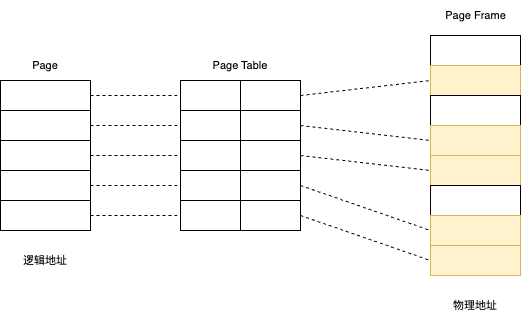
Earlier version of the draw.io export images/java/页与页帧.drawio.png (Shaun2016/Shaun2016.github.io). Source tidied: cells renumbered, new cells last; positions are measured from the earlier drawing's top-left corner, leaving out a move shared by most shapes. The source it was exported from:
```xml
<mxGraphModel>
  <root>
    <mxCell id="0" />
    <mxCell id="1" parent="0" />
    <mxCell id="2" style="rounded=0;jettySize=auto;html=1;exitX=1;exitY=0.5;exitDx=0;exitDy=0;dashed=1;endArrow=none;endFill=0;" parent="1" edge="1" source="3" target="20">
      <mxGeometry relative="1" as="geometry" />
    </mxCell>
    <mxCell id="3" style="rounded=0;whiteSpace=wrap;html=1;" parent="1" vertex="1">
      <mxGeometry y="80" width="90" height="30" as="geometry" />
    </mxCell>
    <mxCell id="4" style="edgeStyle=none;shape=connector;rounded=0;jettySize=auto;html=1;exitX=1;exitY=0.5;exitDx=0;exitDy=0;entryX=0;entryY=0.5;entryDx=0;entryDy=0;dashed=1;labelBackgroundColor=default;strokeColor=default;fontFamily=Helvetica;fontSize=11;fontColor=default;endArrow=none;endFill=0;" parent="1" edge="1" source="5" target="23">
      <mxGeometry relative="1" as="geometry" />
    </mxCell>
    <mxCell id="5" style="rounded=0;whiteSpace=wrap;html=1;" parent="1" vertex="1">
      <mxGeometry y="110" width="90" height="30" as="geometry" />
    </mxCell>
    <mxCell id="6" style="edgeStyle=none;shape=connector;rounded=0;jettySize=auto;html=1;exitX=1;exitY=0.5;exitDx=0;exitDy=0;entryX=0;entryY=0.5;entryDx=0;entryDy=0;dashed=1;labelBackgroundColor=default;strokeColor=default;fontFamily=Helvetica;fontSize=11;fontColor=default;endArrow=none;endFill=0;" parent="1" edge="1" source="7" target="26">
      <mxGeometry relative="1" as="geometry" />
    </mxCell>
    <mxCell id="7" style="rounded=0;whiteSpace=wrap;html=1;" parent="1" vertex="1">
      <mxGeometry y="140" width="90" height="30" as="geometry" />
    </mxCell>
    <mxCell id="8" style="edgeStyle=none;shape=connector;rounded=0;jettySize=auto;html=1;exitX=1;exitY=0.5;exitDx=0;exitDy=0;entryX=0;entryY=0.5;entryDx=0;entryDy=0;dashed=1;labelBackgroundColor=default;strokeColor=default;fontFamily=Helvetica;fontSize=11;fontColor=default;endArrow=none;endFill=0;" parent="1" edge="1" source="9" target="29">
      <mxGeometry relative="1" as="geometry" />
    </mxCell>
    <mxCell id="9" style="rounded=0;whiteSpace=wrap;html=1;" parent="1" vertex="1">
      <mxGeometry y="170" width="90" height="30" as="geometry" />
    </mxCell>
    <mxCell id="10" style="edgeStyle=none;shape=connector;rounded=0;jettySize=auto;html=1;exitX=1;exitY=0.5;exitDx=0;exitDy=0;entryX=0;entryY=0.5;entryDx=0;entryDy=0;dashed=1;labelBackgroundColor=default;strokeColor=default;fontFamily=Helvetica;fontSize=11;fontColor=default;endArrow=none;endFill=0;" parent="1" edge="1" source="11" target="32">
      <mxGeometry relative="1" as="geometry" />
    </mxCell>
    <mxCell id="11" style="rounded=0;whiteSpace=wrap;html=1;" parent="1" vertex="1">
      <mxGeometry y="200" width="90" height="30" as="geometry" />
    </mxCell>
    <mxCell id="12" style="rounded=0;whiteSpace=wrap;html=1;" parent="1" vertex="1">
      <mxGeometry x="430" y="35" width="90" height="30" as="geometry" />
    </mxCell>
    <mxCell id="13" style="rounded=0;whiteSpace=wrap;html=1;fillColor=#fff2cc;strokeColor=#d6b656;" parent="1" vertex="1">
      <mxGeometry x="430" y="65" width="90" height="30" as="geometry" />
    </mxCell>
    <mxCell id="14" style="rounded=0;whiteSpace=wrap;html=1;" parent="1" vertex="1">
      <mxGeometry x="430" y="95" width="90" height="30" as="geometry" />
    </mxCell>
    <mxCell id="15" style="rounded=0;whiteSpace=wrap;html=1;fillColor=#fff2cc;strokeColor=#d6b656;" parent="1" vertex="1">
      <mxGeometry x="430" y="125" width="90" height="30" as="geometry" />
    </mxCell>
    <mxCell id="16" style="rounded=0;whiteSpace=wrap;html=1;fillColor=#fff2cc;strokeColor=#d6b656;" parent="1" vertex="1">
      <mxGeometry x="430" y="155" width="90" height="30" as="geometry" />
    </mxCell>
    <mxCell id="17" style="rounded=0;whiteSpace=wrap;html=1;" parent="1" vertex="1">
      <mxGeometry x="430" y="185" width="90" height="30" as="geometry" />
    </mxCell>
    <mxCell id="18" style="rounded=0;whiteSpace=wrap;html=1;fillColor=#fff2cc;strokeColor=#d6b656;" parent="1" vertex="1">
      <mxGeometry x="430" y="215" width="90" height="30" as="geometry" />
    </mxCell>
    <mxCell id="19" style="rounded=0;whiteSpace=wrap;html=1;fillColor=#fff2cc;strokeColor=#d6b656;" parent="1" vertex="1">
      <mxGeometry x="430" y="245" width="90" height="30" as="geometry" />
    </mxCell>
    <mxCell id="20" style="rounded=0;whiteSpace=wrap;html=1;" parent="1" vertex="1">
      <mxGeometry x="180" y="80" width="60" height="30" as="geometry" />
    </mxCell>
    <mxCell id="21" style="edgeStyle=none;shape=connector;rounded=0;jettySize=auto;html=1;exitX=1;exitY=0.5;exitDx=0;exitDy=0;entryX=0;entryY=0.5;entryDx=0;entryDy=0;dashed=1;labelBackgroundColor=default;strokeColor=default;fontFamily=Helvetica;fontSize=11;fontColor=default;endArrow=none;endFill=0;" parent="1" edge="1" source="22" target="13">
      <mxGeometry relative="1" as="geometry" />
    </mxCell>
    <mxCell id="22" style="rounded=0;whiteSpace=wrap;html=1;" parent="1" vertex="1">
      <mxGeometry x="240" y="80" width="60" height="30" as="geometry" />
    </mxCell>
    <mxCell id="23" style="rounded=0;whiteSpace=wrap;html=1;" parent="1" vertex="1">
      <mxGeometry x="180" y="110" width="60" height="30" as="geometry" />
    </mxCell>
    <mxCell id="24" style="edgeStyle=none;shape=connector;rounded=0;jettySize=auto;html=1;exitX=1;exitY=0.5;exitDx=0;exitDy=0;entryX=0;entryY=0.5;entryDx=0;entryDy=0;dashed=1;labelBackgroundColor=default;strokeColor=default;fontFamily=Helvetica;fontSize=11;fontColor=default;endArrow=none;endFill=0;" parent="1" edge="1" source="25" target="15">
      <mxGeometry relative="1" as="geometry" />
    </mxCell>
    <mxCell id="25" style="rounded=0;whiteSpace=wrap;html=1;" parent="1" vertex="1">
      <mxGeometry x="240" y="110" width="60" height="30" as="geometry" />
    </mxCell>
    <mxCell id="26" style="rounded=0;whiteSpace=wrap;html=1;" parent="1" vertex="1">
      <mxGeometry x="180" y="140" width="60" height="30" as="geometry" />
    </mxCell>
    <mxCell id="27" style="edgeStyle=none;shape=connector;rounded=0;jettySize=auto;html=1;exitX=1;exitY=0.5;exitDx=0;exitDy=0;entryX=0;entryY=0.5;entryDx=0;entryDy=0;dashed=1;labelBackgroundColor=default;strokeColor=default;fontFamily=Helvetica;fontSize=11;fontColor=default;endArrow=none;endFill=0;" parent="1" edge="1" source="28" target="16">
      <mxGeometry relative="1" as="geometry" />
    </mxCell>
    <mxCell id="28" style="rounded=0;whiteSpace=wrap;html=1;" parent="1" vertex="1">
      <mxGeometry x="240" y="140" width="60" height="30" as="geometry" />
    </mxCell>
    <mxCell id="29" style="rounded=0;whiteSpace=wrap;html=1;" parent="1" vertex="1">
      <mxGeometry x="180" y="170" width="60" height="30" as="geometry" />
    </mxCell>
    <mxCell id="30" style="edgeStyle=none;shape=connector;rounded=0;jettySize=auto;html=1;exitX=1;exitY=0.5;exitDx=0;exitDy=0;entryX=0;entryY=0.5;entryDx=0;entryDy=0;dashed=1;labelBackgroundColor=default;strokeColor=default;fontFamily=Helvetica;fontSize=11;fontColor=default;endArrow=none;endFill=0;" parent="1" edge="1" source="31" target="18">
      <mxGeometry relative="1" as="geometry" />
    </mxCell>
    <mxCell id="31" style="rounded=0;whiteSpace=wrap;html=1;" parent="1" vertex="1">
      <mxGeometry x="240" y="170" width="60" height="30" as="geometry" />
    </mxCell>
    <mxCell id="32" style="rounded=0;whiteSpace=wrap;html=1;" parent="1" vertex="1">
      <mxGeometry x="180" y="200" width="60" height="30" as="geometry" />
    </mxCell>
    <mxCell id="33" style="edgeStyle=none;shape=connector;rounded=0;jettySize=auto;html=1;exitX=1;exitY=0.5;exitDx=0;exitDy=0;entryX=0;entryY=0.5;entryDx=0;entryDy=0;dashed=1;labelBackgroundColor=default;strokeColor=default;fontFamily=Helvetica;fontSize=11;fontColor=default;endArrow=none;endFill=0;" parent="1" edge="1" source="34" target="19">
      <mxGeometry relative="1" as="geometry" />
    </mxCell>
    <mxCell id="34" style="rounded=0;whiteSpace=wrap;html=1;" parent="1" vertex="1">
      <mxGeometry x="240" y="200" width="60" height="30" as="geometry" />
    </mxCell>
    <mxCell id="35" value="Page" style="text;html=1;strokeColor=none;fillColor=none;align=center;verticalAlign=middle;whiteSpace=wrap;rounded=0;fontSize=11;fontFamily=Helvetica;fontColor=default;" parent="1" vertex="1">
      <mxGeometry x="15" y="50" width="60" height="30" as="geometry" />
    </mxCell>
    <mxCell id="36" value="Page Table" style="text;html=1;strokeColor=none;fillColor=none;align=center;verticalAlign=middle;whiteSpace=wrap;rounded=0;fontSize=11;fontFamily=Helvetica;fontColor=default;" parent="1" vertex="1">
      <mxGeometry x="210" y="50" width="60" height="30" as="geometry" />
    </mxCell>
    <mxCell id="37" value="Page Frame" style="text;html=1;strokeColor=none;fillColor=none;align=center;verticalAlign=middle;whiteSpace=wrap;rounded=0;fontSize=11;fontFamily=Helvetica;fontColor=default;" parent="1" vertex="1">
      <mxGeometry x="427.5" width="95" height="30" as="geometry" />
    </mxCell>
    <mxCell id="38" value="逻辑地址" style="text;html=1;strokeColor=none;fillColor=none;align=center;verticalAlign=middle;whiteSpace=wrap;rounded=0;fontSize=11;fontFamily=Helvetica;fontColor=default;" parent="1" vertex="1">
      <mxGeometry x="15" y="245" width="60" height="30" as="geometry" />
    </mxCell>
    <mxCell id="39" value="物理地址" style="text;html=1;strokeColor=none;fillColor=none;align=center;verticalAlign=middle;whiteSpace=wrap;rounded=0;fontSize=11;fontFamily=Helvetica;fontColor=default;" parent="1" vertex="1">
      <mxGeometry x="445" y="290" width="60" height="30" as="geometry" />
    </mxCell>
  </root>
</mxGraphModel>
```
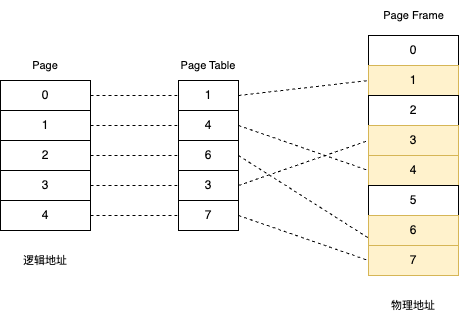
Later version of the same file.

The edit, as a diff of the source:
```diff
@@ -2,116 +2,111 @@
   <root>
     <mxCell id="0" />
     <mxCell id="1" parent="0" />
-    <mxCell id="2" style="rounded=0;jettySize=auto;html=1;exitX=1;exitY=0.5;exitDx=0;exitDy=0;dashed=1;endArrow=none;endFill=0;" parent="1" edge="1" source="3" target="20">
-      <mxGeometry relative="1" as="geometry" />
+    <mxCell id="2" style="rounded=0;jettySize=auto;html=1;exitX=1;exitY=0.5;exitDx=0;exitDy=0;dashed=1;endArrow=none;endFill=0;" parent="1" edge="1" source="3">
+      <mxGeometry relative="1" as="geometry">
+        <mxPoint x="242" y="95" as="targetPoint" />
+      </mxGeometry>
     </mxCell>
-    <mxCell id="3" style="rounded=0;whiteSpace=wrap;html=1;" parent="1" vertex="1">
-      <mxGeometry y="80" width="90" height="30" as="geometry" />
+    <mxCell id="3" value="0" style="rounded=0;whiteSpace=wrap;html=1;" parent="1" vertex="1">
+      <mxGeometry x="62" y="80" width="90" height="30" as="geometry" />
     </mxCell>
-    <mxCell id="4" style="edgeStyle=none;shape=connector;rounded=0;jettySize=auto;html=1;exitX=1;exitY=0.5;exitDx=0;exitDy=0;entryX=0;entryY=0.5;entryDx=0;entryDy=0;dashed=1;labelBackgroundColor=default;strokeColor=default;fontFamily=Helvetica;fontSize=11;fontColor=default;endArrow=none;endFill=0;" parent="1" edge="1" source="5" target="23">
-      <mxGeometry relative="1" as="geometry" />
+    <mxCell id="4" style="edgeStyle=none;shape=connector;rounded=0;jettySize=auto;html=1;exitX=1;exitY=0.5;exitDx=0;exitDy=0;entryX=0;entryY=0.5;entryDx=0;entryDy=0;dashed=1;labelBackgroundColor=default;strokeColor=default;fontFamily=Helvetica;fontSize=11;fontColor=default;endArrow=none;endFill=0;" parent="1" edge="1" source="5">
+      <mxGeometry relative="1" as="geometry">
+        <mxPoint x="242" y="125" as="targetPoint" />
+      </mxGeometry>
     </mxCell>
-    <mxCell id="5" style="rounded=0;whiteSpace=wrap;html=1;" parent="1" vertex="1">
-      <mxGeometry y="110" width="90" height="30" as="geometry" />
+    <mxCell id="5" value="1" style="rounded=0;whiteSpace=wrap;html=1;" parent="1" vertex="1">
+      <mxGeometry x="62" y="110" width="90" height="30" as="geometry" />
     </mxCell>
-    <mxCell id="6" style="edgeStyle=none;shape=connector;rounded=0;jettySize=auto;html=1;exitX=1;exitY=0.5;exitDx=0;exitDy=0;entryX=0;entryY=0.5;entryDx=0;entryDy=0;dashed=1;labelBackgroundColor=default;strokeColor=default;fontFamily=Helvetica;fontSize=11;fontColor=default;endArrow=none;endFill=0;" parent="1" edge="1" source="7" target="26">
-      <mxGeometry relative="1" as="geometry" />
+    <mxCell id="6" style="edgeStyle=none;shape=connector;rounded=0;jettySize=auto;html=1;exitX=1;exitY=0.5;exitDx=0;exitDy=0;entryX=0;entryY=0.5;entryDx=0;entryDy=0;dashed=1;labelBackgroundColor=default;strokeColor=default;fontFamily=Helvetica;fontSize=11;fontColor=default;endArrow=none;endFill=0;" parent="1" edge="1" source="7">
+      <mxGeometry relative="1" as="geometry">
+        <mxPoint x="242" y="155" as="targetPoint" />
+      </mxGeometry>
     </mxCell>
-    <mxCell id="7" style="rounded=0;whiteSpace=wrap;html=1;" parent="1" vertex="1">
-      <mxGeometry y="140" width="90" height="30" as="geometry" />
+    <mxCell id="7" value="2" style="rounded=0;whiteSpace=wrap;html=1;" parent="1" vertex="1">
+      <mxGeometry x="62" y="140" width="90" height="30" as="geometry" />
     </mxCell>
-    <mxCell id="8" style="edgeStyle=none;shape=connector;rounded=0;jettySize=auto;html=1;exitX=1;exitY=0.5;exitDx=0;exitDy=0;entryX=0;entryY=0.5;entryDx=0;entryDy=0;dashed=1;labelBackgroundColor=default;strokeColor=default;fontFamily=Helvetica;fontSize=11;fontColor=default;endArrow=none;endFill=0;" parent="1" edge="1" source="9" target="29">
-      <mxGeometry relative="1" as="geometry" />
+    <mxCell id="8" style="edgeStyle=none;shape=connector;rounded=0;jettySize=auto;html=1;exitX=1;exitY=0.5;exitDx=0;exitDy=0;entryX=0;entryY=0.5;entryDx=0;entryDy=0;dashed=1;labelBackgroundColor=default;strokeColor=default;fontFamily=Helvetica;fontSize=11;fontColor=default;endArrow=none;endFill=0;" parent="1" edge="1" source="9">
+      <mxGeometry relative="1" as="geometry">
+        <mxPoint x="242" y="185" as="targetPoint" />
+      </mxGeometry>
     </mxCell>
-    <mxCell id="9" style="rounded=0;whiteSpace=wrap;html=1;" parent="1" vertex="1">
-      <mxGeometry y="170" width="90" height="30" as="geometry" />
+    <mxCell id="9" value="3" style="rounded=0;whiteSpace=wrap;html=1;" parent="1" vertex="1">
+      <mxGeometry x="62" y="170" width="90" height="30" as="geometry" />
     </mxCell>
-    <mxCell id="10" style="edgeStyle=none;shape=connector;rounded=0;jettySize=auto;html=1;exitX=1;exitY=0.5;exitDx=0;exitDy=0;entryX=0;entryY=0.5;entryDx=0;entryDy=0;dashed=1;labelBackgroundColor=default;strokeColor=default;fontFamily=Helvetica;fontSize=11;fontColor=default;endArrow=none;endFill=0;" parent="1" edge="1" source="11" target="32">
-      <mxGeometry relative="1" as="geometry" />
+    <mxCell id="10" style="edgeStyle=none;shape=connector;rounded=0;jettySize=auto;html=1;exitX=1;exitY=0.5;exitDx=0;exitDy=0;entryX=0;entryY=0.5;entryDx=0;entryDy=0;dashed=1;labelBackgroundColor=default;strokeColor=default;fontFamily=Helvetica;fontSize=11;fontColor=default;endArrow=none;endFill=0;" parent="1" edge="1" source="11">
+      <mxGeometry relative="1" as="geometry">
+        <mxPoint x="242" y="215" as="targetPoint" />
+      </mxGeometry>
     </mxCell>
-    <mxCell id="11" style="rounded=0;whiteSpace=wrap;html=1;" parent="1" vertex="1">
-      <mxGeometry y="200" width="90" height="30" as="geometry" />
+    <mxCell id="11" value="4" style="rounded=0;whiteSpace=wrap;html=1;" parent="1" vertex="1">
+      <mxGeometry x="62" y="200" width="90" height="30" as="geometry" />
     </mxCell>
-    <mxCell id="12" style="rounded=0;whiteSpace=wrap;html=1;" parent="1" vertex="1">
+    <mxCell id="12" value="0" style="rounded=0;whiteSpace=wrap;html=1;" parent="1" vertex="1">
       <mxGeometry x="430" y="35" width="90" height="30" as="geometry" />
     </mxCell>
-    <mxCell id="13" style="rounded=0;whiteSpace=wrap;html=1;fillColor=#fff2cc;strokeColor=#d6b656;" parent="1" vertex="1">
+    <mxCell id="13" value="1" style="rounded=0;whiteSpace=wrap;html=1;fillColor=#fff2cc;strokeColor=#d6b656;" parent="1" vertex="1">
       <mxGeometry x="430" y="65" width="90" height="30" as="geometry" />
     </mxCell>
-    <mxCell id="14" style="rounded=0;whiteSpace=wrap;html=1;" parent="1" vertex="1">
+    <mxCell id="14" value="2" style="rounded=0;whiteSpace=wrap;html=1;" parent="1" vertex="1">
       <mxGeometry x="430" y="95" width="90" height="30" as="geometry" />
     </mxCell>
-    <mxCell id="15" style="rounded=0;whiteSpace=wrap;html=1;fillColor=#fff2cc;strokeColor=#d6b656;" parent="1" vertex="1">
+    <mxCell id="15" value="3" style="rounded=0;whiteSpace=wrap;html=1;fillColor=#fff2cc;strokeColor=#d6b656;" parent="1" vertex="1">
       <mxGeometry x="430" y="125" width="90" height="30" as="geometry" />
     </mxCell>
-    <mxCell id="16" style="rounded=0;whiteSpace=wrap;html=1;fillColor=#fff2cc;strokeColor=#d6b656;" parent="1" vertex="1">
+    <mxCell id="16" value="4" style="rounded=0;whiteSpace=wrap;html=1;fillColor=#fff2cc;strokeColor=#d6b656;" parent="1" vertex="1">
       <mxGeometry x="430" y="155" width="90" height="30" as="geometry" />
     </mxCell>
-    <mxCell id="17" style="rounded=0;whiteSpace=wrap;html=1;" parent="1" vertex="1">
+    <mxCell id="17" value="5" style="rounded=0;whiteSpace=wrap;html=1;" parent="1" vertex="1">
       <mxGeometry x="430" y="185" width="90" height="30" as="geometry" />
     </mxCell>
-    <mxCell id="18" style="rounded=0;whiteSpace=wrap;html=1;fillColor=#fff2cc;strokeColor=#d6b656;" parent="1" vertex="1">
+    <mxCell id="18" value="6" style="rounded=0;whiteSpace=wrap;html=1;fillColor=#fff2cc;strokeColor=#d6b656;" parent="1" vertex="1">
       <mxGeometry x="430" y="215" width="90" height="30" as="geometry" />
     </mxCell>
-    <mxCell id="19" style="rounded=0;whiteSpace=wrap;html=1;fillColor=#fff2cc;strokeColor=#d6b656;" parent="1" vertex="1">
+    <mxCell id="19" value="7" style="rounded=0;whiteSpace=wrap;html=1;fillColor=#fff2cc;strokeColor=#d6b656;" parent="1" vertex="1">
       <mxGeometry x="430" y="245" width="90" height="30" as="geometry" />
     </mxCell>
-    <mxCell id="20" style="rounded=0;whiteSpace=wrap;html=1;" parent="1" vertex="1">
-      <mxGeometry x="180" y="80" width="60" height="30" as="geometry" />
-    </mxCell>
     <mxCell id="21" style="edgeStyle=none;shape=connector;rounded=0;jettySize=auto;html=1;exitX=1;exitY=0.5;exitDx=0;exitDy=0;entryX=0;entryY=0.5;entryDx=0;entryDy=0;dashed=1;labelBackgroundColor=default;strokeColor=default;fontFamily=Helvetica;fontSize=11;fontColor=default;endArrow=none;endFill=0;" parent="1" edge="1" source="22" target="13">
       <mxGeometry relative="1" as="geometry" />
     </mxCell>
-    <mxCell id="22" style="rounded=0;whiteSpace=wrap;html=1;" parent="1" vertex="1">
+    <mxCell id="22" value="1" style="rounded=0;whiteSpace=wrap;html=1;" parent="1" vertex="1">
       <mxGeometry x="240" y="80" width="60" height="30" as="geometry" />
     </mxCell>
-    <mxCell id="23" style="rounded=0;whiteSpace=wrap;html=1;" parent="1" vertex="1">
-      <mxGeometry x="180" y="110" width="60" height="30" as="geometry" />
-    </mxCell>
-    <mxCell id="24" style="edgeStyle=none;shape=connector;rounded=0;jettySize=auto;html=1;exitX=1;exitY=0.5;exitDx=0;exitDy=0;entryX=0;entryY=0.5;entryDx=0;entryDy=0;dashed=1;labelBackgroundColor=default;strokeColor=default;fontFamily=Helvetica;fontSize=11;fontColor=default;endArrow=none;endFill=0;" parent="1" edge="1" source="25" target="15">
+    <mxCell id="24" style="edgeStyle=none;shape=connector;rounded=0;jettySize=auto;html=1;exitX=1;exitY=0.5;exitDx=0;exitDy=0;entryX=0;entryY=0.5;entryDx=0;entryDy=0;dashed=1;labelBackgroundColor=default;strokeColor=default;fontFamily=Helvetica;fontSize=11;fontColor=default;endArrow=none;endFill=0;" parent="1" edge="1" source="25" target="16">
       <mxGeometry relative="1" as="geometry" />
     </mxCell>
-    <mxCell id="25" style="rounded=0;whiteSpace=wrap;html=1;" parent="1" vertex="1">
+    <mxCell id="25" value="4" style="rounded=0;whiteSpace=wrap;html=1;" parent="1" vertex="1">
       <mxGeometry x="240" y="110" width="60" height="30" as="geometry" />
     </mxCell>
-    <mxCell id="26" style="rounded=0;whiteSpace=wrap;html=1;" parent="1" vertex="1">
-      <mxGeometry x="180" y="140" width="60" height="30" as="geometry" />
-    </mxCell>
-    <mxCell id="27" style="edgeStyle=none;shape=connector;rounded=0;jettySize=auto;html=1;exitX=1;exitY=0.5;exitDx=0;exitDy=0;entryX=0;entryY=0.5;entryDx=0;entryDy=0;dashed=1;labelBackgroundColor=default;strokeColor=default;fontFamily=Helvetica;fontSize=11;fontColor=default;endArrow=none;endFill=0;" parent="1" edge="1" source="28" target="16">
+    <mxCell id="27" style="edgeStyle=none;shape=connector;rounded=0;jettySize=auto;html=1;exitX=1;exitY=0.5;exitDx=0;exitDy=0;entryX=0;entryY=0.75;entryDx=0;entryDy=0;dashed=1;labelBackgroundColor=default;strokeColor=default;fontFamily=Helvetica;fontSize=11;fontColor=default;endArrow=none;endFill=0;" parent="1" edge="1" source="28" target="18">
       <mxGeometry relative="1" as="geometry" />
     </mxCell>
-    <mxCell id="28" style="rounded=0;whiteSpace=wrap;html=1;" parent="1" vertex="1">
+    <mxCell id="28" value="6" style="rounded=0;whiteSpace=wrap;html=1;" parent="1" vertex="1">
       <mxGeometry x="240" y="140" width="60" height="30" as="geometry" />
     </mxCell>
-    <mxCell id="29" style="rounded=0;whiteSpace=wrap;html=1;" parent="1" vertex="1">
-      <mxGeometry x="180" y="170" width="60" height="30" as="geometry" />
-    </mxCell>
-    <mxCell id="30" style="edgeStyle=none;shape=connector;rounded=0;jettySize=auto;html=1;exitX=1;exitY=0.5;exitDx=0;exitDy=0;entryX=0;entryY=0.5;entryDx=0;entryDy=0;dashed=1;labelBackgroundColor=default;strokeColor=default;fontFamily=Helvetica;fontSize=11;fontColor=default;endArrow=none;endFill=0;" parent="1" edge="1" source="31" target="18">
+    <mxCell id="30" style="edgeStyle=none;shape=connector;rounded=0;jettySize=auto;html=1;exitX=1;exitY=0.5;exitDx=0;exitDy=0;entryX=0;entryY=0.5;entryDx=0;entryDy=0;dashed=1;labelBackgroundColor=default;strokeColor=default;fontFamily=Helvetica;fontSize=11;fontColor=default;endArrow=none;endFill=0;" parent="1" edge="1" source="31" target="15">
       <mxGeometry relative="1" as="geometry" />
     </mxCell>
-    <mxCell id="31" style="rounded=0;whiteSpace=wrap;html=1;" parent="1" vertex="1">
+    <mxCell id="31" value="3" style="rounded=0;whiteSpace=wrap;html=1;" parent="1" vertex="1">
       <mxGeometry x="240" y="170" width="60" height="30" as="geometry" />
     </mxCell>
-    <mxCell id="32" style="rounded=0;whiteSpace=wrap;html=1;" parent="1" vertex="1">
-      <mxGeometry x="180" y="200" width="60" height="30" as="geometry" />
-    </mxCell>
     <mxCell id="33" style="edgeStyle=none;shape=connector;rounded=0;jettySize=auto;html=1;exitX=1;exitY=0.5;exitDx=0;exitDy=0;entryX=0;entryY=0.5;entryDx=0;entryDy=0;dashed=1;labelBackgroundColor=default;strokeColor=default;fontFamily=Helvetica;fontSize=11;fontColor=default;endArrow=none;endFill=0;" parent="1" edge="1" source="34" target="19">
       <mxGeometry relative="1" as="geometry" />
     </mxCell>
-    <mxCell id="34" style="rounded=0;whiteSpace=wrap;html=1;" parent="1" vertex="1">
+    <mxCell id="34" value="7" style="rounded=0;whiteSpace=wrap;html=1;" parent="1" vertex="1">
       <mxGeometry x="240" y="200" width="60" height="30" as="geometry" />
     </mxCell>
     <mxCell id="35" value="Page" style="text;html=1;strokeColor=none;fillColor=none;align=center;verticalAlign=middle;whiteSpace=wrap;rounded=0;fontSize=11;fontFamily=Helvetica;fontColor=default;" parent="1" vertex="1">
-      <mxGeometry x="15" y="50" width="60" height="30" as="geometry" />
+      <mxGeometry x="77" y="50" width="60" height="30" as="geometry" />
     </mxCell>
     <mxCell id="36" value="Page Table" style="text;html=1;strokeColor=none;fillColor=none;align=center;verticalAlign=middle;whiteSpace=wrap;rounded=0;fontSize=11;fontFamily=Helvetica;fontColor=default;" parent="1" vertex="1">
-      <mxGeometry x="210" y="50" width="60" height="30" as="geometry" />
+      <mxGeometry x="240" y="50" width="60" height="30" as="geometry" />
     </mxCell>
     <mxCell id="37" value="Page Frame" style="text;html=1;strokeColor=none;fillColor=none;align=center;verticalAlign=middle;whiteSpace=wrap;rounded=0;fontSize=11;fontFamily=Helvetica;fontColor=default;" parent="1" vertex="1">
       <mxGeometry x="427.5" width="95" height="30" as="geometry" />
     </mxCell>
     <mxCell id="38" value="逻辑地址" style="text;html=1;strokeColor=none;fillColor=none;align=center;verticalAlign=middle;whiteSpace=wrap;rounded=0;fontSize=11;fontFamily=Helvetica;fontColor=default;" parent="1" vertex="1">
-      <mxGeometry x="15" y="245" width="60" height="30" as="geometry" />
+      <mxGeometry x="77" y="245" width="60" height="30" as="geometry" />
     </mxCell>
     <mxCell id="39" value="物理地址" style="text;html=1;strokeColor=none;fillColor=none;align=center;verticalAlign=middle;whiteSpace=wrap;rounded=0;fontSize=11;fontFamily=Helvetica;fontColor=default;" parent="1" vertex="1">
       <mxGeometry x="445" y="290" width="60" height="30" as="geometry" />
```
